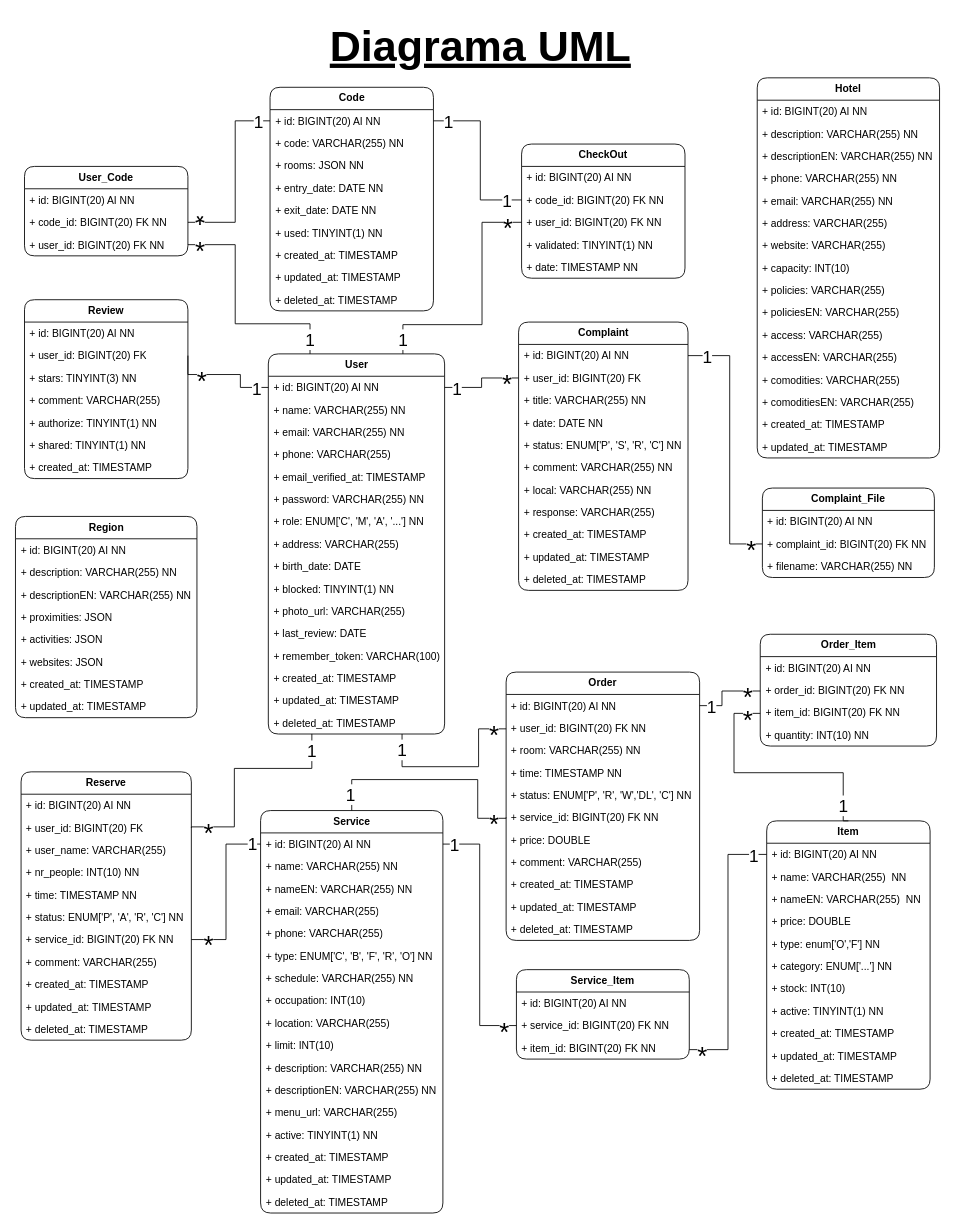
Happy-Guest/HG-Notes keeps this draw.io diagram as page "Diagrama UML" (1 of 2) of HappyGuest.drawio. Above is the earlier version. Source tidied: cells renumbered, new cells numbered last; positions are measured from the earlier drawing's top-left corner, leaving out a move shared by most shapes. Both pictures are drawn from the tidied source at 86%, with x=0, y=0 at pixel (15, 15).
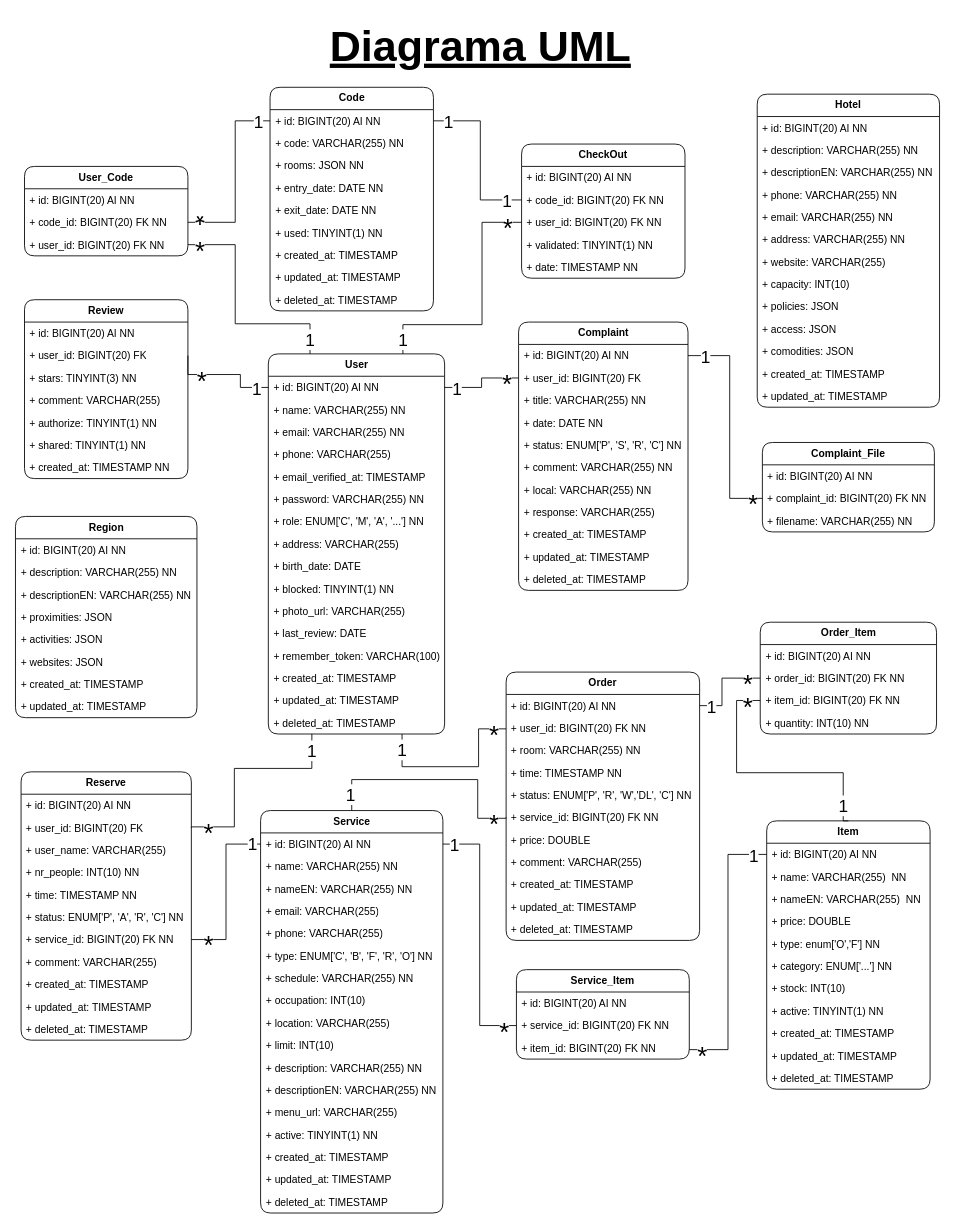
The same diagram, later.

The change refers to these unchanged cells:
```xml
<mxCell id="31" value="+ id: BIGINT(20) AI NN" style="text;strokeColor=none;fillColor=none;align=left;verticalAlign=top;spacingLeft=4;spacingRight=4;overflow=hidden;points=[[0,0.5],[1,0.5]];portConstraint=eastwest;whiteSpace=wrap;html=1;" parent="30" vertex="1">
  <mxGeometry y="26" width="197" height="26" as="geometry" />
</mxCell>
<mxCell id="42" value="&lt;b&gt;Review&lt;/b&gt;" style="swimlane;fontStyle=0;horizontal=1;startSize=26;fillColor=none;whiteSpace=wrap;html=1;perimeterSpacing=0;rounded=1;" parent="1" vertex="1">
  <mxGeometry x="10" y="331" width="190" height="208" as="geometry" />
</mxCell>
<mxCell id="52" value="+ complaint_id: BIGINT(20) FK NN" style="text;strokeColor=none;fillColor=none;align=left;verticalAlign=top;spacingLeft=4;spacingRight=4;overflow=hidden;points=[[0,0.5],[1,0.5]];portConstraint=eastwest;whiteSpace=wrap;html=1;" parent="50" vertex="1">
  <mxGeometry y="52" width="200" height="26" as="geometry" />
</mxCell>
<mxCell id="74" value="&lt;b&gt;Item&lt;/b&gt;" style="swimlane;fontStyle=0;horizontal=1;startSize=26;fillColor=none;whiteSpace=wrap;html=1;perimeterSpacing=0;rounded=1;" parent="1" vertex="1">
  <mxGeometry x="873" y="937" width="190" height="312" as="geometry" />
</mxCell>
<mxCell id="131" value="+ id: BIGINT(20) AI NN" style="text;strokeColor=none;fillColor=none;align=left;verticalAlign=top;spacingLeft=4;spacingRight=4;overflow=hidden;points=[[0,0.5],[1,0.5]];portConstraint=eastwest;whiteSpace=wrap;html=1;" parent="130" vertex="1">
  <mxGeometry y="26" width="225" height="26" as="geometry" />
</mxCell>
<mxCell id="144" value="+ order_id: BIGINT(20) FK NN" style="text;strokeColor=none;fillColor=none;align=left;verticalAlign=top;spacingLeft=4;spacingRight=4;overflow=hidden;points=[[0,0.5],[1,0.5]];portConstraint=eastwest;whiteSpace=wrap;html=1;" parent="142" vertex="1">
  <mxGeometry y="52" width="205" height="26" as="geometry" />
</mxCell>
<mxCell id="145" value="+ item_id: BIGINT(20) FK NN" style="text;strokeColor=none;fillColor=none;align=left;verticalAlign=top;spacingLeft=4;spacingRight=4;overflow=hidden;points=[[0,0.5],[1,0.5]];portConstraint=eastwest;whiteSpace=wrap;html=1;" parent="142" vertex="1">
  <mxGeometry y="78" width="205" height="26" as="geometry" />
</mxCell>
```

Diff of the diagram source:
```diff
@@
-    <mxCell id="49" value="+ created_at: TIMESTAMP" style="text;strokeColor=none;fillColor=none;align=left;verticalAlign=top;spacingLeft=4;spacingRight=4;overflow=hidden;whiteSpace=wrap;html=1;" parent="42" vertex="1">
+    <mxCell id="49" value="+ created_at: TIMESTAMP NN" style="text;strokeColor=none;fillColor=none;align=left;verticalAlign=top;spacingLeft=4;spacingRight=4;overflow=hidden;whiteSpace=wrap;html=1;" parent="42" vertex="1">
       <mxGeometry y="182" width="190" height="26" as="geometry" />
     </mxCell>
     <mxCell id="50" value="&lt;b&gt;Complaint_File&lt;/b&gt;" style="swimlane;fontStyle=0;horizontal=1;startSize=26;fillColor=none;whiteSpace=wrap;html=1;perimeterSpacing=0;rounded=1;" parent="1" vertex="1">
-      <mxGeometry x="868" y="550" width="200" height="104" as="geometry" />
+      <mxGeometry x="868" y="497" width="200" height="104" as="geometry" />
     </mxCell>
@@
     <mxCell id="57" style="edgeStyle=orthogonalEdgeStyle;rounded=0;jettySize=auto;html=1;endArrow=none;endFill=0;entryX=1;entryY=0.5;entryDx=0;entryDy=0;exitX=0;exitY=0.5;exitDx=0;exitDy=0;" parent="1" edge="1" source="52" target="31">
       <mxGeometry relative="1" as="geometry">
         <Array as="points">
-          <mxPoint x="830" y="615" />
+          <mxPoint x="830" y="562" />
           <mxPoint x="830" y="396" />
         </Array>
       </mxGeometry>
     </mxCell>
@@
     <mxCell id="142" value="&lt;b&gt;Order_Item&lt;/b&gt;" style="swimlane;fontStyle=0;horizontal=1;startSize=26;fillColor=none;whiteSpace=wrap;html=1;perimeterSpacing=0;rounded=1;" parent="1" vertex="1">
-      <mxGeometry x="865.5" y="720" width="205" height="130" as="geometry" />
+      <mxGeometry x="865.5" y="706" width="205" height="130" as="geometry" />
     </mxCell>
@@
     <mxCell id="147" value="&lt;b&gt;Hotel&lt;br&gt;&lt;/b&gt;" style="swimlane;fontStyle=0;horizontal=1;startSize=26;fillColor=none;whiteSpace=wrap;html=1;perimeterSpacing=0;rounded=1;" parent="1" vertex="1">
-      <mxGeometry x="862" y="73" width="212" height="442" as="geometry" />
+      <mxGeometry x="862" y="92" width="212" height="364" as="geometry" />
     </mxCell>
@@
-    <mxCell id="153" value="+ address: VARCHAR(255)" style="text;strokeColor=none;fillColor=none;align=left;verticalAlign=top;spacingLeft=4;spacingRight=4;overflow=hidden;whiteSpace=wrap;html=1;" parent="147" vertex="1">
+    <mxCell id="153" value="+ address: VARCHAR(255) NN" style="text;strokeColor=none;fillColor=none;align=left;verticalAlign=top;spacingLeft=4;spacingRight=4;overflow=hidden;whiteSpace=wrap;html=1;" parent="147" vertex="1">
       <mxGeometry y="156" width="212" height="26" as="geometry" />
     </mxCell>
@@
-    <mxCell id="156" value="+ policies: VARCHAR(255)" style="text;strokeColor=none;fillColor=none;align=left;verticalAlign=top;spacingLeft=4;spacingRight=4;overflow=hidden;whiteSpace=wrap;html=1;" parent="147" vertex="1">
+    <mxCell id="156" value="+ policies: JSON" style="text;strokeColor=none;fillColor=none;align=left;verticalAlign=top;spacingLeft=4;spacingRight=4;overflow=hidden;whiteSpace=wrap;html=1;" parent="147" vertex="1">
       <mxGeometry y="234" width="212" height="26" as="geometry" />
     </mxCell>
-    <mxCell id="157" value="+ policiesEN: VARCHAR(255)" style="text;strokeColor=none;fillColor=none;align=left;verticalAlign=top;spacingLeft=4;spacingRight=4;overflow=hidden;whiteSpace=wrap;html=1;" parent="147" vertex="1">
-      <mxGeometry y="260" width="212" height="26" as="geometry" />
-    </mxCell>
-    <mxCell id="158" value="+ access: VARCHAR(255)" style="text;strokeColor=none;fillColor=none;align=left;verticalAlign=top;spacingLeft=4;spacingRight=4;overflow=hidden;whiteSpace=wrap;html=1;" parent="147" vertex="1">
-      <mxGeometry y="286" width="212" height="26" as="geometry" />
+    <mxCell id="158" value="+ access: JSON" style="text;strokeColor=none;fillColor=none;align=left;verticalAlign=top;spacingLeft=4;spacingRight=4;overflow=hidden;whiteSpace=wrap;html=1;" parent="147" vertex="1">
+      <mxGeometry y="260" width="212" height="26" as="geometry" />
     </mxCell>
-    <mxCell id="159" value="+ accessEN: VARCHAR(255)" style="text;strokeColor=none;fillColor=none;align=left;verticalAlign=top;spacingLeft=4;spacingRight=4;overflow=hidden;whiteSpace=wrap;html=1;" parent="147" vertex="1">
-      <mxGeometry y="312" width="212" height="26" as="geometry" />
-    </mxCell>
-    <mxCell id="160" value="+ comodities: VARCHAR(255)" style="text;strokeColor=none;fillColor=none;align=left;verticalAlign=top;spacingLeft=4;spacingRight=4;overflow=hidden;whiteSpace=wrap;html=1;" parent="147" vertex="1">
-      <mxGeometry y="338" width="212" height="26" as="geometry" />
+    <mxCell id="160" value="+ comodities: JSON" style="text;strokeColor=none;fillColor=none;align=left;verticalAlign=top;spacingLeft=4;spacingRight=4;overflow=hidden;whiteSpace=wrap;html=1;" parent="147" vertex="1">
+      <mxGeometry y="286" width="212" height="26" as="geometry" />
     </mxCell>
-    <mxCell id="161" value="+ comoditiesEN: VARCHAR(255)" style="text;strokeColor=none;fillColor=none;align=left;verticalAlign=top;spacingLeft=4;spacingRight=4;overflow=hidden;whiteSpace=wrap;html=1;" parent="147" vertex="1">
-      <mxGeometry y="364" width="212" height="26" as="geometry" />
-    </mxCell>
     <mxCell id="162" value="+ created_at: TIMESTAMP" style="text;strokeColor=none;fillColor=none;align=left;verticalAlign=top;spacingLeft=4;spacingRight=4;overflow=hidden;whiteSpace=wrap;html=1;" parent="147" vertex="1">
-      <mxGeometry y="390" width="212" height="26" as="geometry" />
+      <mxGeometry y="312" width="212" height="26" as="geometry" />
     </mxCell>
     <mxCell id="163" value="+ updated_at: TIMESTAMP" style="text;strokeColor=none;fillColor=none;align=left;verticalAlign=top;spacingLeft=4;spacingRight=4;overflow=hidden;whiteSpace=wrap;html=1;" parent="147" vertex="1">
-      <mxGeometry y="416" width="212" height="26" as="geometry" />
+      <mxGeometry y="338" width="212" height="26" as="geometry" />
     </mxCell>
@@
-    <mxCell id="179" style="edgeStyle=orthogonalEdgeStyle;rounded=0;jettySize=auto;html=1;entryX=1;entryY=0.5;entryDx=0;entryDy=0;endArrow=none;endFill=0;" parent="1" edge="1" source="144" target="131">
+    <mxCell id="179" style="edgeStyle=orthogonalEdgeStyle;rounded=0;jettySize=auto;html=1;entryX=1;entryY=0.5;entryDx=0;entryDy=0;endArrow=none;endFill=0;exitX=0;exitY=0.5;exitDx=0;exitDy=0;" parent="1" edge="1" source="144" target="131">
       <mxGeometry relative="1" as="geometry">
         <Array as="points">
-          <mxPoint x="821" y="786" />
+          <mxPoint x="821" y="771" />
           <mxPoint x="821" y="803" />
         </Array>
       </mxGeometry>
     </mxCell>
-    <mxCell id="180" style="edgeStyle=orthogonalEdgeStyle;rounded=0;jettySize=auto;html=1;entryX=0.5;entryY=0;entryDx=0;entryDy=0;endArrow=none;endFill=0;" parent="1" edge="1" source="145" target="74">
+    <mxCell id="180" style="edgeStyle=orthogonalEdgeStyle;rounded=0;jettySize=auto;html=1;entryX=0.5;entryY=0;entryDx=0;entryDy=0;endArrow=none;endFill=0;exitX=0;exitY=0.5;exitDx=0;exitDy=0;" parent="1" edge="1" source="145" target="74">
       <mxGeometry relative="1" as="geometry">
         <Array as="points">
-          <mxPoint x="835" y="812" />
-          <mxPoint x="835" y="881" />
+          <mxPoint x="838" y="797" />
+          <mxPoint x="838" y="881" />
           <mxPoint x="962" y="881" />
+          <mxPoint x="962" y="937" />
         </Array>
       </mxGeometry>
     </mxCell>
@@
     <mxCell id="192" value="&lt;font style=&quot;font-size: 30px;&quot;&gt;*&lt;/font&gt;" style="edgeLabel;html=1;align=center;verticalAlign=middle;" parent="1" vertex="1">
-      <mxGeometry x="929" y="588" as="geometry">
+      <mxGeometry x="929" y="573" as="geometry">
         <mxPoint x="-79" y="204" as="offset" />
       </mxGeometry>
     </mxCell>
     <mxCell id="193" value="&lt;font style=&quot;font-size: 30px;&quot;&gt;*&lt;/font&gt;" style="edgeLabel;html=1;align=center;verticalAlign=middle;" parent="1" vertex="1">
-      <mxGeometry x="929" y="615" as="geometry">
+      <mxGeometry x="929" y="600" as="geometry">
         <mxPoint x="-79" y="204" as="offset" />
       </mxGeometry>
     </mxCell>
```
